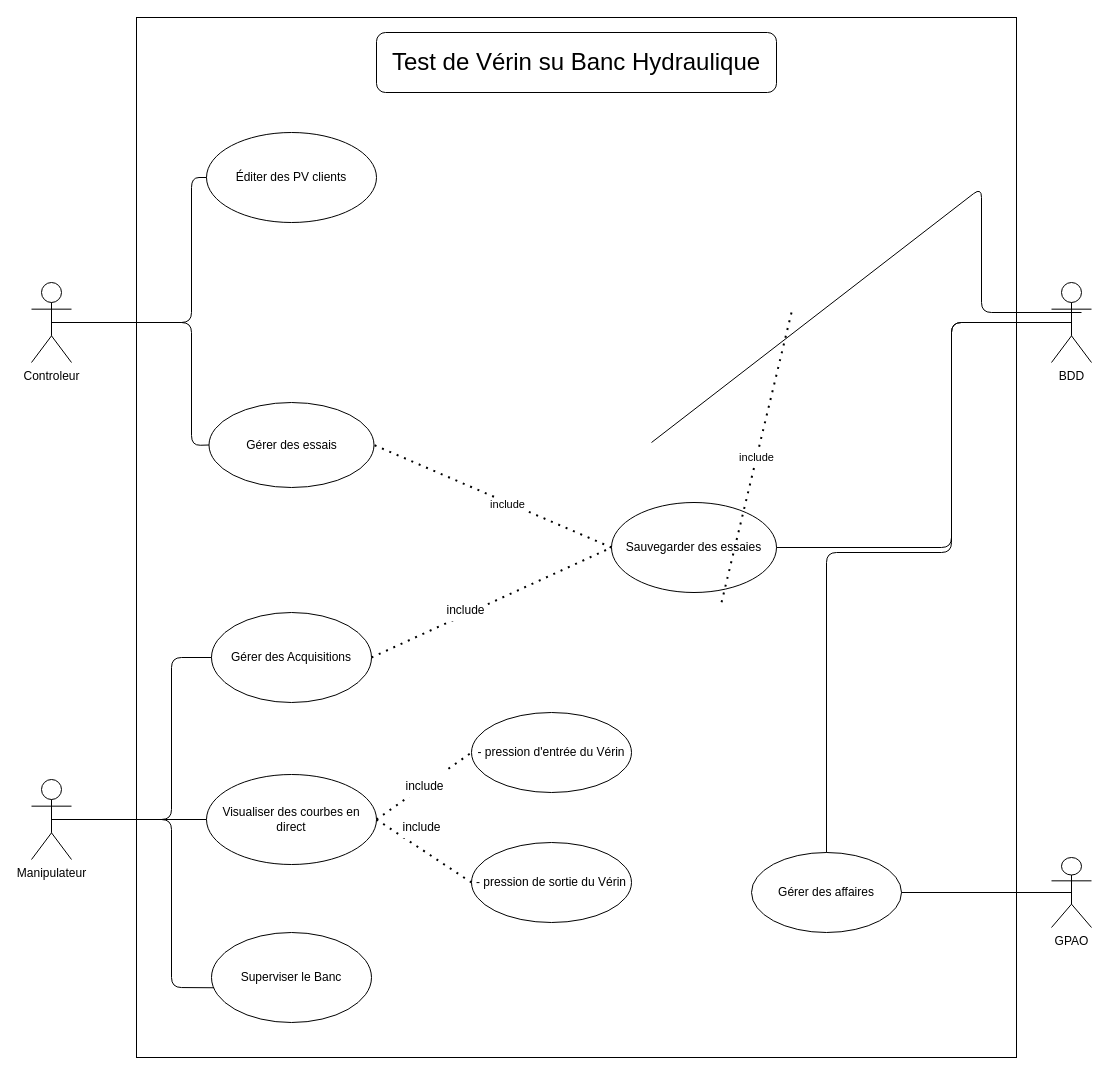
Before: Analyse/diagrammeDUtilisation.drawio in MRCThomas/testDeVerinSurBancHydraulique, a draw.io diagram. Source tidied: cells renumbered, new cells numbered last; positions are measured from the earlier drawing's top-left corner, leaving out a move shared by most shapes. Both pictures are drawn from the tidied source at 100%, with x=0, y=0 at pixel (31, 17).
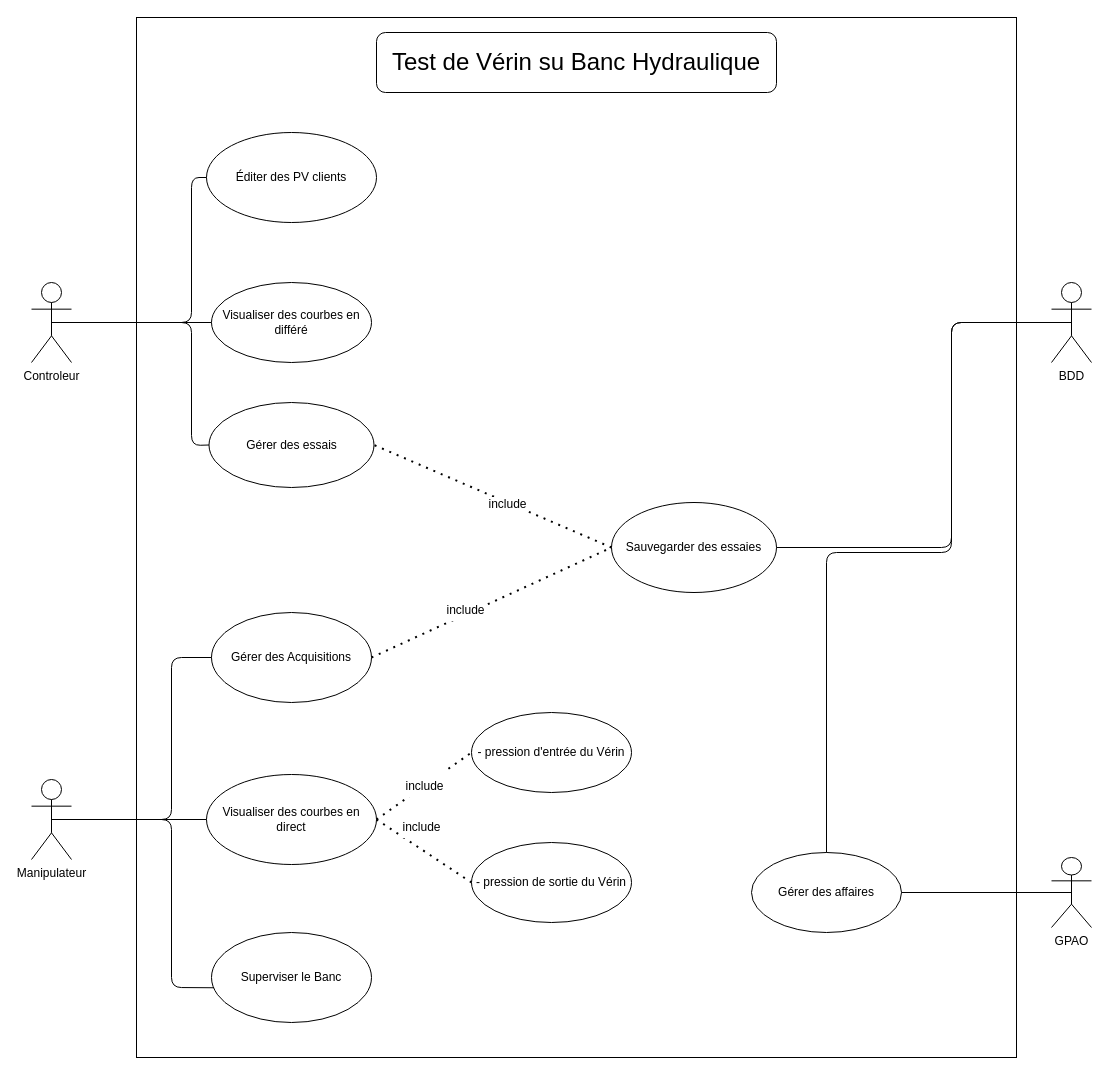
After the change.

Unchanged cells that the change refers to:
```xml
<mxCell id="3" value="Controleur&lt;br&gt;" style="shape=umlActor;verticalLabelPosition=bottom;verticalAlign=top;html=1;outlineConnect=0;" parent="1" vertex="1">
  <mxGeometry y="265" width="40" height="80" as="geometry" />
</mxCell>
<mxCell id="9" style="endArrow=none;dashed=1;html=1;dashPattern=1 3;strokeWidth=2;exitX=0;exitY=0.5;exitDx=0;exitDy=0;entryX=1;entryY=0.5;entryDx=0;entryDy=0;" parent="1" edge="1" source="8" target="6">
  <mxGeometry relative="1" as="geometry" />
</mxCell>
```

Change to the diagram source:
```diff
@@
-    <mxCell id="10" value="include" style="edgeLabel;html=1;align=center;verticalAlign=middle;" parent="9" vertex="1">
+    <mxCell id="10" value="&lt;font style=&quot;font-size: 12px&quot;&gt;include&lt;/font&gt;" style="edgeLabel;html=1;align=center;verticalAlign=middle;" parent="9" vertex="1">
       <mxGeometry x="-0.13" y="1" relative="1" as="geometry" />
     </mxCell>
-    <mxCell id="11" value="include" style="endArrow=none;dashed=1;html=1;dashPattern=1 3;strokeWidth=2;exitX=0;exitY=0.5;exitDx=0;exitDy=0;entryX=1;entryY=0.5;entryDx=0;entryDy=0;" parent="1" edge="1">
-      <mxGeometry relative="1" as="geometry">
-        <mxPoint x="760" y="295" as="sourcePoint" />
-        <mxPoint x="690" y="585" as="targetPoint" />
-      </mxGeometry>
-    </mxCell>
@@
-    <mxCell id="15" style="endArrow=none;html=1;entryX=1;entryY=0.5;entryDx=0;entryDy=0;exitX=0.5;exitY=0.5;exitDx=0;exitDy=0;exitPerimeter=0;" parent="1" edge="1">
-      <mxGeometry relative="1" as="geometry">
-        <mxPoint x="1050" y="295" as="sourcePoint" />
-        <mxPoint x="620" y="425" as="targetPoint" />
-        <Array as="points">
-          <mxPoint x="950" y="295" />
-          <mxPoint x="950" y="170" />
-        </Array>
-      </mxGeometry>
-    </mxCell>
@@
+    <mxCell id="35" value="Visualiser des courbes en différé" style="ellipse;whiteSpace=wrap;html=1;" parent="1" vertex="1">
+      <mxGeometry x="180" y="265" width="160" height="80" as="geometry" />
+    </mxCell>
+    <mxCell id="36" style="endArrow=none;html=1;exitX=0.5;exitY=0.5;exitDx=0;exitDy=0;exitPerimeter=0;entryX=0;entryY=0.5;entryDx=0;entryDy=0;" parent="1" edge="1" source="3" target="35">
+      <mxGeometry relative="1" as="geometry" />
+    </mxCell>
```
